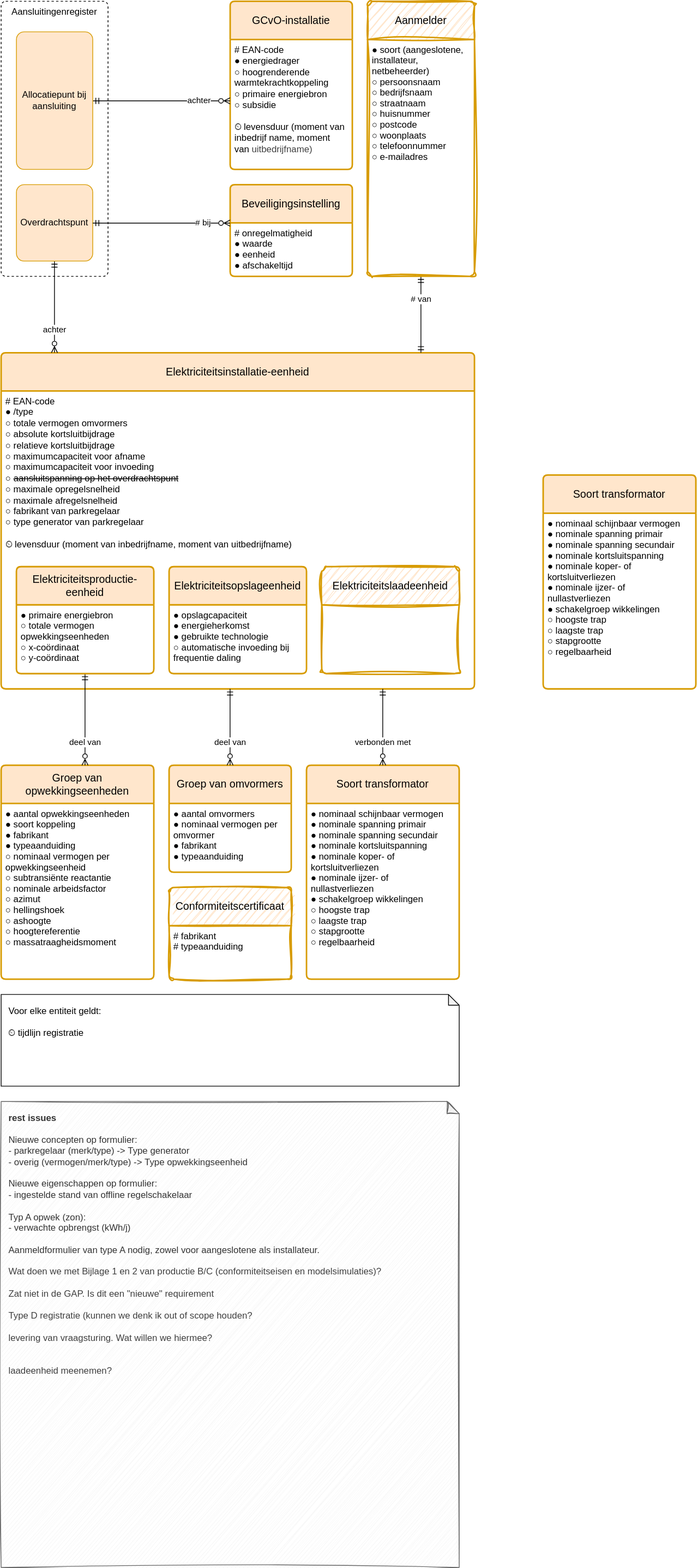
This is registers/installatieregister/1.0/installatieregister.drawio.svg from Jterveld/stelsel, a draw.io export, as it was before one commit. Source tidied: cells renumbered, new cells last; positions are measured from the earlier drawing's top-left corner, leaving out a move shared by most shapes. Source of this version:
```xml
<mxGraphModel>
  <root>
    <mxCell id="0" />
    <mxCell id="1" parent="0" />
    <mxCell id="2" value="Aansluitingenregister" style="rounded=1;whiteSpace=wrap;html=1;dashed=1;verticalAlign=top;arcSize=12;absoluteArcSize=1;" parent="1" vertex="1">
      <mxGeometry width="140" height="360" as="geometry" />
    </mxCell>
    <mxCell id="3" value="GCvO-installatie" style="swimlane;horizontal=1;startSize=50;rounded=1;fontSize=14;fontStyle=0;strokeWidth=2;shadow=0;dashed=0;align=center;arcSize=4;fillColor=#ffe6cc;strokeColor=#d79b00;whiteSpace=wrap;html=1;spacing=10;" parent="1" vertex="1">
      <mxGeometry x="300" width="160" height="220" as="geometry" />
    </mxCell>
    <mxCell id="4" value="# EAN-code&lt;br&gt;● energiedrager&lt;br&gt;○&amp;nbsp;hoogrenderende&lt;div&gt;&amp;nbsp; &amp;nbsp;warmtekrachtkoppeling&lt;br&gt;○ primaire energiebron&lt;br&gt;&lt;div&gt;○ subsidie&lt;br&gt;&lt;br&gt;⏲&amp;nbsp;levensduur&amp;nbsp;&lt;span style=&quot;background-color: initial; color: light-dark(rgb(0, 0, 0), rgb(255, 255, 255));&quot;&gt;(moment&amp;nbsp;&lt;/span&gt;&lt;span style=&quot;background-color: initial; color: light-dark(rgb(0, 0, 0), rgb(255, 255, 255));&quot;&gt;van&lt;/span&gt;&lt;/div&gt;&lt;div&gt;&lt;span style=&quot;background-color: initial; color: light-dark(rgb(0, 0, 0), rgb(255, 255, 255));&quot;&gt;&amp;nbsp; &amp;nbsp; &amp;nbsp;inbedrijf&lt;/span&gt;&lt;span style=&quot;background-color: initial; color: light-dark(rgb(0, 0, 0), rgb(255, 255, 255));&quot;&gt;name,&amp;nbsp;&lt;/span&gt;&lt;span style=&quot;background-color: initial;&quot;&gt;moment&lt;/span&gt;&lt;/div&gt;&lt;div&gt;&lt;span style=&quot;background-color: initial;&quot;&gt;&amp;nbsp; &amp;nbsp; &amp;nbsp;van&amp;nbsp;&lt;/span&gt;&lt;span style=&quot;color: rgb(63, 63, 63); background-color: initial;&quot;&gt;uitbedrijfname)&lt;/span&gt;&lt;/div&gt;&lt;/div&gt;" style="align=left;strokeColor=none;fillColor=none;spacingLeft=4;fontSize=12;verticalAlign=top;html=1;" parent="3" vertex="1">
      <mxGeometry y="50" width="160" height="170" as="geometry" />
    </mxCell>
    <mxCell id="5" value="achter" style="edgeStyle=elbowEdgeStyle;rounded=0;jettySize=auto;html=1;endArrow=ERmandOne;endFill=0;startArrow=ERzeroToMany;startFill=0;align=right;elbow=vertical;" parent="1" edge="1" source="3" target="21">
      <mxGeometry x="-0.73" relative="1" as="geometry" />
    </mxCell>
    <mxCell id="6" value="Elektriciteitsinstallatie-eenheid" style="swimlane;horizontal=1;startSize=50;rounded=1;fontSize=14;fontStyle=0;strokeWidth=2;shadow=0;dashed=0;align=center;fillColor=#ffe6cc;strokeColor=#d79b00;arcSize=4;whiteSpace=wrap;html=1;spacing=10;" parent="1" vertex="1">
      <mxGeometry y="460" width="620" height="440" as="geometry" />
    </mxCell>
    <mxCell id="7" value="&lt;font style=&quot;background-color: light-dark(#ffffff, var(--ge-dark-color, #121212));&quot;&gt;# EAN-code&lt;br&gt;● /type&lt;br&gt;○&amp;nbsp;totale vermogen omvormers&lt;br&gt;○ absolute kortsluitbijdrage&lt;br&gt;○ relatieve kortsluitbijdrage&lt;br&gt;○&amp;nbsp;maximumcapaciteit voor&amp;nbsp;afname&lt;br&gt;○&amp;nbsp;maximumcapaciteit voor&amp;nbsp;invoeding&lt;br&gt;○&amp;nbsp;&lt;strike style=&quot;&quot;&gt;aansluitspanning op het overdrachtspunt&lt;/strike&gt;&lt;/font&gt;&lt;div&gt;&lt;font&gt;&lt;span style=&quot;background-color: light-dark(#ffffff, var(--ge-dark-color, #121212));&quot;&gt;○ maximale opregelsnelheid&lt;/span&gt;&lt;/font&gt;&lt;/div&gt;&lt;div&gt;&lt;font&gt;&lt;span style=&quot;background-color: light-dark(#ffffff, var(--ge-dark-color, #121212));&quot;&gt;○ maximale afregelsnelheid&lt;/span&gt;&lt;/font&gt;&lt;/div&gt;&lt;div&gt;&lt;font style=&quot;background-color: light-dark(#ffffff, var(--ge-dark-color, #121212));&quot;&gt;&lt;span&gt;○&lt;/span&gt;&lt;span&gt;&amp;nbsp;fabrikant van parkregelaar&lt;/span&gt;&lt;br style=&quot;scrollbar-color: rgb(226, 226, 226) rgb(251, 251, 251); padding: 0px; margin: 0px;&quot;&gt;&lt;span&gt;○&lt;/span&gt;&lt;span&gt;&amp;nbsp;type generator van&lt;/span&gt;&lt;span&gt;&amp;nbsp;parkregelaar&amp;nbsp;&lt;/span&gt;&lt;br&gt;&lt;br&gt;&lt;/font&gt;&lt;div&gt;&lt;font style=&quot;background-color: light-dark(#ffffff, var(--ge-dark-color, #121212));&quot;&gt;⏲&amp;nbsp;levensduur (moment van inbedrijfname, moment van uitbedrijfname)&lt;/font&gt;&lt;/div&gt;&lt;/div&gt;" style="align=left;strokeColor=none;fillColor=none;spacingLeft=4;fontSize=12;verticalAlign=top;fontColor=default;html=1;" parent="6" vertex="1">
      <mxGeometry y="50" width="620" height="390" as="geometry" />
    </mxCell>
    <mxCell id="8" value="Groep van opwekkingseenheden" style="swimlane;horizontal=1;startSize=50;rounded=1;fontSize=14;fontStyle=0;strokeWidth=2;shadow=0;dashed=0;align=center;fillColor=#ffe6cc;strokeColor=#d79b00;arcSize=4;whiteSpace=wrap;html=1;spacing=10;" parent="1" vertex="1">
      <mxGeometry y="1000" width="200" height="280" as="geometry" />
    </mxCell>
    <mxCell id="9" value="● aantal opwekkingseenheden&#10;● soort koppeling&#10;● fabrikant&#10;● typeaanduiding&#10;○ nominaal vermogen per&#10;   opwekkingseenheid&#10;○ subtransiënte reactantie&#10;○ nominale arbeidsfactor&#10;○ azimut&#10;○ hellingshoek&#10;○ ashoogte&#10;○ hoogtereferentie&#10;○ massatraagheidsmoment" style="align=left;strokeColor=none;fillColor=none;spacingLeft=4;fontSize=12;verticalAlign=top;" parent="8" vertex="1">
      <mxGeometry y="50" width="200" height="230" as="geometry" />
    </mxCell>
    <mxCell id="10" value="Soort transformator" style="swimlane;horizontal=1;startSize=50;rounded=1;fontSize=14;fontStyle=0;strokeWidth=2;shadow=0;dashed=0;align=center;fillColor=#ffe6cc;strokeColor=#d79b00;arcSize=4;whiteSpace=wrap;html=1;spacing=10;" parent="1" vertex="1">
      <mxGeometry x="400" y="1000" width="200" height="280" as="geometry" />
    </mxCell>
    <mxCell id="11" value="● nominaal schijnbaar vermogen&#10;● nominale spanning primair&#10;● nominale spanning secundair&#10;● nominale kortsluitspanning&#10;● nominale koper- of&#10;   kortsluitverliezen&#10;● nominale ijzer- of&#10;   nullastverliezen&#10;● schakelgroep wikkelingen&#10;○ hoogste trap&#10;○ laagste trap&#10;○ stapgrootte&#10;○ regelbaarheid" style="align=left;strokeColor=none;fillColor=none;spacingLeft=4;fontSize=12;verticalAlign=top;" parent="10" vertex="1">
      <mxGeometry y="50" width="200" height="230" as="geometry" />
    </mxCell>
    <mxCell id="12" value="deel van" style="endArrow=ERzeroToMany;html=1;rounded=0;startArrow=ERmandOne;startFill=0;endFill=0;edgeStyle=elbowEdgeStyle;align=center;" parent="1" edge="1" source="13" target="8">
      <mxGeometry x="0.5" relative="1" as="geometry" />
    </mxCell>
    <mxCell id="13" value="Elektriciteitsproductie-eenheid" style="swimlane;horizontal=1;startSize=50;rounded=1;fontSize=14;fontStyle=0;strokeWidth=2;shadow=0;dashed=0;align=center;fillColor=#ffe6cc;strokeColor=#d79b00;arcSize=4;whiteSpace=wrap;html=1;spacing=10;" parent="1" vertex="1">
      <mxGeometry x="20" y="740" width="180" height="140" as="geometry" />
    </mxCell>
    <mxCell id="14" value="● primaire energiebron&#10;○ totale vermogen&#10;   opwekkingseenheden&#10;○ x-coördinaat&#10;○ y-coördinaat" style="align=left;strokeColor=none;fillColor=none;spacingLeft=4;fontSize=12;verticalAlign=top;" parent="13" vertex="1">
      <mxGeometry y="50" width="180" height="90" as="geometry" />
    </mxCell>
    <mxCell id="15" value="Elektriciteitsopslageenheid" style="swimlane;horizontal=1;startSize=50;rounded=1;fontSize=14;fontStyle=0;strokeWidth=2;shadow=0;dashed=0;align=center;fillColor=#ffe6cc;strokeColor=#d79b00;arcSize=4;whiteSpace=wrap;html=1;spacing=10;" parent="1" vertex="1">
      <mxGeometry x="220" y="740" width="180" height="140" as="geometry" />
    </mxCell>
    <mxCell id="16" value="● opslagcapaciteit&#10;● energieherkomst&#10;● gebruikte technologie&#10;○ automatische invoeding bij &#10;   frequentie daling" style="align=left;strokeColor=none;fillColor=none;spacingLeft=4;fontSize=12;verticalAlign=top;fontStyle=0;" parent="15" vertex="1">
      <mxGeometry y="50" width="180" height="90" as="geometry" />
    </mxCell>
    <mxCell id="17" value="achter" style="endArrow=ERmandOne;html=1;rounded=0;endFill=0;startArrow=ERzeroToMany;startFill=0;align=center;edgeStyle=elbowEdgeStyle;" parent="1" edge="1" source="6" target="18">
      <mxGeometry x="-0.5" relative="1" as="geometry" />
    </mxCell>
    <mxCell id="18" value="Overdrachtspunt" style="rounded=1;arcSize=10;whiteSpace=wrap;html=1;align=center;fillColor=#ffe6cc;strokeColor=#d79b00;" parent="1" vertex="1">
      <mxGeometry x="20" y="240" width="100" height="100" as="geometry" />
    </mxCell>
    <mxCell id="19" value="Conformiteitscertificaat" style="swimlane;horizontal=1;startSize=50;rounded=1;fontSize=14;fontStyle=0;strokeWidth=2;shadow=0;dashed=0;align=center;fillColor=#ffe6cc;strokeColor=#d79b00;arcSize=4;whiteSpace=wrap;html=1;spacing=10;sketch=1;curveFitting=1;jiggle=2;" parent="1" vertex="1">
      <mxGeometry x="220" y="1160" width="160" height="120" as="geometry" />
    </mxCell>
    <mxCell id="20" value="# fabrikant&#10;# typeaanduiding" style="align=left;strokeColor=none;fillColor=none;spacingLeft=4;fontSize=12;verticalAlign=top;" parent="19" vertex="1">
      <mxGeometry y="50" width="160" height="70" as="geometry" />
    </mxCell>
    <mxCell id="21" value="Allocatiepunt bij aansluiting" style="rounded=1;arcSize=10;whiteSpace=wrap;html=1;align=center;fillColor=#ffe6cc;strokeColor=#d79b00;" parent="1" vertex="1">
      <mxGeometry x="20" y="40" width="100" height="180" as="geometry" />
    </mxCell>
    <mxCell id="22" value="Beveiligingsinstelling" style="swimlane;horizontal=1;startSize=50;rounded=1;fontSize=14;fontStyle=0;strokeWidth=2;shadow=0;dashed=0;align=center;fillColor=#ffe6cc;strokeColor=#d79b00;arcSize=4;whiteSpace=wrap;html=1;spacing=10;" parent="1" vertex="1">
      <mxGeometry x="300" y="240" width="160" height="120" as="geometry" />
    </mxCell>
    <mxCell id="23" value="# onregelmatigheid&#10;● waarde&#10;● eenheid&#10;● afschakeltijd" style="align=left;strokeColor=none;fillColor=none;spacingLeft=4;fontSize=12;verticalAlign=top;" parent="22" vertex="1">
      <mxGeometry y="50" width="160" height="70" as="geometry" />
    </mxCell>
    <mxCell id="24" value="# bij" style="endArrow=ERzeroToMany;html=1;rounded=0;startArrow=ERmandOne;startFill=0;endFill=0;align=right;edgeStyle=elbowEdgeStyle;elbow=vertical;" parent="1" edge="1" source="18" target="22">
      <mxGeometry x="0.73" relative="1" as="geometry" />
    </mxCell>
    <mxCell id="25" value="Groep van omvormers" style="swimlane;horizontal=1;startSize=50;rounded=1;fontSize=14;fontStyle=0;strokeWidth=2;shadow=0;dashed=0;align=center;fillColor=#ffe6cc;strokeColor=#d79b00;arcSize=4;whiteSpace=wrap;html=1;spacing=10;" parent="1" vertex="1">
      <mxGeometry x="220" y="1000" width="160" height="140" as="geometry" />
    </mxCell>
    <mxCell id="26" value="● aantal omvormers&#10;● nominaal vermogen per&#10;   omvormer&#10;● fabrikant&#10;● typeaanduiding" style="align=left;strokeColor=none;fillColor=none;spacingLeft=4;fontSize=12;verticalAlign=top;" parent="25" vertex="1">
      <mxGeometry y="50" width="160" height="90" as="geometry" />
    </mxCell>
    <mxCell id="27" value="deel van" style="endArrow=ERzeroToMany;html=1;rounded=0;startArrow=ERmandOne;startFill=0;endFill=0;align=center;edgeStyle=elbowEdgeStyle;" parent="1" edge="1" source="6" target="25">
      <mxGeometry x="0.4" relative="1" as="geometry" />
    </mxCell>
    <mxCell id="28" value="verbonden met" style="endArrow=ERzeroToMany;html=1;rounded=0;startArrow=ERmandOne;startFill=0;endFill=0;align=center;edgeStyle=elbowEdgeStyle;" parent="1" edge="1" source="6" target="10">
      <mxGeometry x="0.4" relative="1" as="geometry" />
    </mxCell>
    <mxCell id="29" value="Elektriciteitslaadeenheid" style="swimlane;horizontal=1;startSize=50;rounded=1;fontSize=14;fontStyle=0;strokeWidth=2;shadow=0;dashed=0;align=center;fillColor=#ffe6cc;strokeColor=#d79b00;arcSize=4;whiteSpace=wrap;html=1;spacing=10;sketch=1;curveFitting=1;jiggle=2;" parent="1" vertex="1">
      <mxGeometry x="420" y="740" width="180" height="140" as="geometry" />
    </mxCell>
    <mxCell id="30" value=" " style="align=left;strokeColor=none;fillColor=none;spacingLeft=4;fontSize=12;verticalAlign=top;fontStyle=0;" parent="29" vertex="1">
      <mxGeometry y="50" width="180" height="90" as="geometry" />
    </mxCell>
    <mxCell id="31" value="Voor elke entiteit geldt:&lt;div&gt;&lt;br&gt;&lt;/div&gt;&lt;div&gt;&lt;span style=&quot;text-wrap-mode: nowrap;&quot;&gt;⏲ tijdlijn registratie&lt;/span&gt;&lt;/div&gt;" style="shape=note;whiteSpace=wrap;html=1;backgroundOutline=1;darkOpacity=0.05;align=left;spacing=10;size=14;verticalAlign=top;" parent="1" vertex="1">
      <mxGeometry y="1300" width="600" height="120" as="geometry" />
    </mxCell>
    <mxCell id="32" value="# van" style="edgeStyle=elbowEdgeStyle;html=1;endArrow=ERmandOne;endFill=0;startArrow=ERmandOne;startFill=0;align=center;" parent="1" edge="1" source="33" target="6">
      <mxGeometry x="-0.4" relative="1" as="geometry" />
    </mxCell>
    <mxCell id="33" value="Aanmelder" style="swimlane;horizontal=1;startSize=50;rounded=1;fontSize=14;fontStyle=0;strokeWidth=2;shadow=0;dashed=0;align=center;fillColor=#ffe6cc;strokeColor=#d79b00;arcSize=4;whiteSpace=wrap;html=1;spacing=10;sketch=1;curveFitting=1;jiggle=2;" parent="1" vertex="1">
      <mxGeometry x="480" width="140" height="360" as="geometry" />
    </mxCell>
    <mxCell id="34" value="● soort (aangeslotene,&#10;   installateur,&#10;   netbeheerder)&#10;○ persoonsnaam &#10;○ bedrijfsnaam &#10;○ straatnaam&#10;○ huisnummer&#10;○ postcode&#10;○ woonplaats&#10;○ telefoonnummer&#10;○ e-mailadres" style="align=left;strokeColor=none;fillColor=none;spacingLeft=4;fontSize=12;verticalAlign=top;" parent="33" vertex="1">
      <mxGeometry y="50" width="140" height="310" as="geometry" />
    </mxCell>
    <mxCell id="35" value="&lt;div&gt;&lt;b&gt;rest issues&lt;/b&gt;&lt;/div&gt;&lt;div&gt;&lt;br&gt;&lt;/div&gt;Nieuwe concepten op formulier:&lt;div&gt;- parkregelaar (merk/type) -&amp;gt;&amp;nbsp;Type generator&lt;/div&gt;&lt;div&gt;- overig (vermogen/merk/type) -&amp;gt;&amp;nbsp;Type opwekkingseenheid&lt;/div&gt;&lt;div&gt;&lt;br&gt;&lt;/div&gt;&lt;div&gt;Nieuwe eigenschappen op formulier:&lt;/div&gt;&lt;div&gt;- ingestelde stand van offline regelschakelaar&lt;/div&gt;&lt;div&gt;&lt;br&gt;&lt;/div&gt;&lt;div&gt;Typ A opwek (zon):&lt;/div&gt;&lt;div&gt;- verwachte opbrengst (kWh/j)&lt;/div&gt;&lt;div&gt;&lt;br&gt;&lt;/div&gt;&lt;div&gt;&lt;span style=&quot;color: rgb(51, 51, 51);&quot;&gt;Aanmeldformulier van type A nodig, zowel voor aangeslotene als installateur.&lt;/span&gt;&lt;/div&gt;&lt;div&gt;&lt;br&gt;&lt;/div&gt;&lt;div&gt;&lt;span style=&quot;color: rgb(63, 63, 63); background-color: transparent;&quot;&gt;Wat doen we met Bijlage 1 en 2 van productie B/C (conformiteitseisen en modelsimulaties)?&lt;/span&gt;&lt;/div&gt;&lt;div&gt;&lt;span style=&quot;color: rgb(63, 63, 63); background-color: transparent;&quot;&gt;&lt;br&gt;&lt;/span&gt;&lt;/div&gt;&lt;div&gt;&lt;span style=&quot;color: rgb(63, 63, 63); background-color: transparent;&quot;&gt;Zat niet in de GAP. Is dit een &quot;nieuwe&quot; requirement&lt;/span&gt;&lt;/div&gt;&lt;div&gt;&lt;span style=&quot;color: rgb(63, 63, 63); background-color: transparent;&quot;&gt;&lt;br&gt;&lt;/span&gt;&lt;/div&gt;&lt;div&gt;&lt;span style=&quot;color: rgb(63, 63, 63); background-color: transparent;&quot;&gt;Type D registratie (kunnen we denk ik out of scope houden?&lt;/span&gt;&lt;/div&gt;&lt;div&gt;&lt;span style=&quot;color: rgb(63, 63, 63); background-color: transparent;&quot;&gt;&lt;br&gt;&lt;/span&gt;&lt;/div&gt;&lt;div&gt;&lt;span style=&quot;color: rgb(63, 63, 63); background-color: transparent;&quot;&gt;levering van vraagsturing. Wat willen we hiermee?&lt;/span&gt;&lt;/div&gt;&lt;div&gt;&lt;br&gt;&lt;/div&gt;&lt;div&gt;&lt;span style=&quot;color: rgb(63, 63, 63); background-color: transparent;&quot;&gt;&lt;span style=&quot;color: rgb(51, 51, 51);&quot;&gt;&lt;div style=&quot;color: rgb(63, 63, 63); scrollbar-color: rgb(226, 226, 226) rgb(251, 251, 251);&quot;&gt;&lt;font style=&quot;scrollbar-color: rgb(226, 226, 226) rgb(251, 251, 251);&quot;&gt;&lt;br&gt;&lt;/font&gt;&lt;/div&gt;&lt;div style=&quot;color: rgb(63, 63, 63); scrollbar-color: rgb(226, 226, 226) rgb(251, 251, 251);&quot;&gt;&lt;font style=&quot;scrollbar-color: rgb(226, 226, 226) rgb(251, 251, 251);&quot;&gt;laadeenheid meenemen?&lt;/font&gt;&lt;/div&gt;&lt;/span&gt;&lt;/span&gt;&lt;/div&gt;" style="shape=note;whiteSpace=wrap;html=1;backgroundOutline=1;darkOpacity=0.05;sketch=1;curveFitting=1;jiggle=2;fillColor=#f5f5f5;fontColor=#333333;strokeColor=#666666;spacing=10;verticalAlign=top;align=left;size=16;" parent="1" vertex="1">
      <mxGeometry y="1440" width="600" height="610" as="geometry" />
    </mxCell>
    <mxCell id="36" value="Soort transformator" style="swimlane;horizontal=1;startSize=50;rounded=1;fontSize=14;fontStyle=0;strokeWidth=2;shadow=0;dashed=0;align=center;fillColor=#ffe6cc;strokeColor=#d79b00;arcSize=4;whiteSpace=wrap;html=1;spacing=10;" parent="1" vertex="1">
      <mxGeometry x="710" y="620" width="200" height="280" as="geometry" />
    </mxCell>
    <mxCell id="37" value="● nominaal schijnbaar vermogen&#10;● nominale spanning primair&#10;● nominale spanning secundair&#10;● nominale kortsluitspanning&#10;● nominale koper- of&#10;   kortsluitverliezen&#10;● nominale ijzer- of&#10;   nullastverliezen&#10;● schakelgroep wikkelingen&#10;○ hoogste trap&#10;○ laagste trap&#10;○ stapgrootte&#10;○ regelbaarheid" style="align=left;strokeColor=none;fillColor=none;spacingLeft=4;fontSize=12;verticalAlign=top;" parent="36" vertex="1">
      <mxGeometry y="50" width="200" height="230" as="geometry" />
    </mxCell>
  </root>
</mxGraphModel>
```
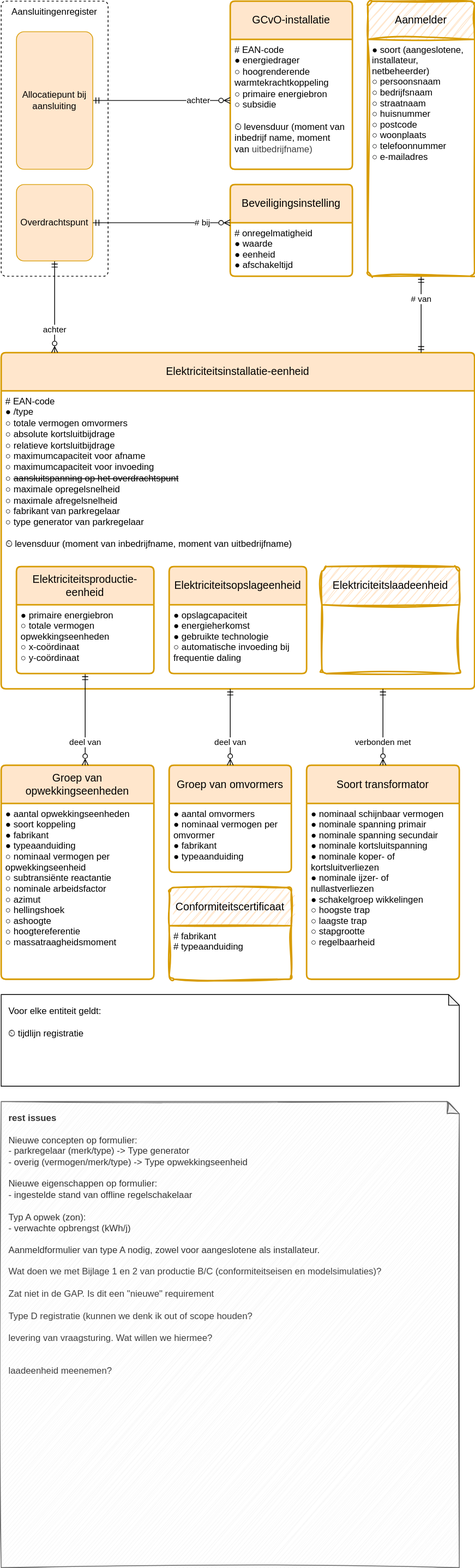
Above is the later version.

Commit message:
oplossen testcommit

Change to the diagram source:
```diff
@@ -104,11 +104,5 @@
     <mxCell id="35" value="&lt;div&gt;&lt;b&gt;rest issues&lt;/b&gt;&lt;/div&gt;&lt;div&gt;&lt;br&gt;&lt;/div&gt;Nieuwe concepten op formulier:&lt;div&gt;- parkregelaar (merk/type) -&amp;gt;&amp;nbsp;Type generator&lt;/div&gt;&lt;div&gt;- overig (vermogen/merk/type) -&amp;gt;&amp;nbsp;Type opwekkingseenheid&lt;/div&gt;&lt;div&gt;&lt;br&gt;&lt;/div&gt;&lt;div&gt;Nieuwe eigenschappen op formulier:&lt;/div&gt;&lt;div&gt;- ingestelde stand van offline regelschakelaar&lt;/div&gt;&lt;div&gt;&lt;br&gt;&lt;/div&gt;&lt;div&gt;Typ A opwek (zon):&lt;/div&gt;&lt;div&gt;- verwachte opbrengst (kWh/j)&lt;/div&gt;&lt;div&gt;&lt;br&gt;&lt;/div&gt;&lt;div&gt;&lt;span style=&quot;color: rgb(51, 51, 51);&quot;&gt;Aanmeldformulier van type A nodig, zowel voor aangeslotene als installateur.&lt;/span&gt;&lt;/div&gt;&lt;div&gt;&lt;br&gt;&lt;/div&gt;&lt;div&gt;&lt;span style=&quot;color: rgb(63, 63, 63); background-color: transparent;&quot;&gt;Wat doen we met Bijlage 1 en 2 van productie B/C (conformiteitseisen en modelsimulaties)?&lt;/span&gt;&lt;/div&gt;&lt;div&gt;&lt;span style=&quot;color: rgb(63, 63, 63); background-color: transparent;&quot;&gt;&lt;br&gt;&lt;/span&gt;&lt;/div&gt;&lt;div&gt;&lt;span style=&quot;color: rgb(63, 63, 63); background-color: transparent;&quot;&gt;Zat niet in de GAP. Is dit een &quot;nieuwe&quot; requirement&lt;/span&gt;&lt;/div&gt;&lt;div&gt;&lt;span style=&quot;color: rgb(63, 63, 63); background-color: transparent;&quot;&gt;&lt;br&gt;&lt;/span&gt;&lt;/div&gt;&lt;div&gt;&lt;span style=&quot;color: rgb(63, 63, 63); background-color: transparent;&quot;&gt;Type D registratie (kunnen we denk ik out of scope houden?&lt;/span&gt;&lt;/div&gt;&lt;div&gt;&lt;span style=&quot;color: rgb(63, 63, 63); background-color: transparent;&quot;&gt;&lt;br&gt;&lt;/span&gt;&lt;/div&gt;&lt;div&gt;&lt;span style=&quot;color: rgb(63, 63, 63); background-color: transparent;&quot;&gt;levering van vraagsturing. Wat willen we hiermee?&lt;/span&gt;&lt;/div&gt;&lt;div&gt;&lt;br&gt;&lt;/div&gt;&lt;div&gt;&lt;span style=&quot;color: rgb(63, 63, 63); background-color: transparent;&quot;&gt;&lt;span style=&quot;color: rgb(51, 51, 51);&quot;&gt;&lt;div style=&quot;color: rgb(63, 63, 63); scrollbar-color: rgb(226, 226, 226) rgb(251, 251, 251);&quot;&gt;&lt;font style=&quot;scrollbar-color: rgb(226, 226, 226) rgb(251, 251, 251);&quot;&gt;&lt;br&gt;&lt;/font&gt;&lt;/div&gt;&lt;div style=&quot;color: rgb(63, 63, 63); scrollbar-color: rgb(226, 226, 226) rgb(251, 251, 251);&quot;&gt;&lt;font style=&quot;scrollbar-color: rgb(226, 226, 226) rgb(251, 251, 251);&quot;&gt;laadeenheid meenemen?&lt;/font&gt;&lt;/div&gt;&lt;/span&gt;&lt;/span&gt;&lt;/div&gt;" style="shape=note;whiteSpace=wrap;html=1;backgroundOutline=1;darkOpacity=0.05;sketch=1;curveFitting=1;jiggle=2;fillColor=#f5f5f5;fontColor=#333333;strokeColor=#666666;spacing=10;verticalAlign=top;align=left;size=16;" parent="1" vertex="1">
       <mxGeometry y="1440" width="600" height="610" as="geometry" />
     </mxCell>
-    <mxCell id="36" value="Soort transformator" style="swimlane;horizontal=1;startSize=50;rounded=1;fontSize=14;fontStyle=0;strokeWidth=2;shadow=0;dashed=0;align=center;fillColor=#ffe6cc;strokeColor=#d79b00;arcSize=4;whiteSpace=wrap;html=1;spacing=10;" parent="1" vertex="1">
-      <mxGeometry x="710" y="620" width="200" height="280" as="geometry" />
-    </mxCell>
-    <mxCell id="37" value="● nominaal schijnbaar vermogen&#10;● nominale spanning primair&#10;● nominale spanning secundair&#10;● nominale kortsluitspanning&#10;● nominale koper- of&#10;   kortsluitverliezen&#10;● nominale ijzer- of&#10;   nullastverliezen&#10;● schakelgroep wikkelingen&#10;○ hoogste trap&#10;○ laagste trap&#10;○ stapgrootte&#10;○ regelbaarheid" style="align=left;strokeColor=none;fillColor=none;spacingLeft=4;fontSize=12;verticalAlign=top;" parent="36" vertex="1">
-      <mxGeometry y="50" width="200" height="230" as="geometry" />
-    </mxCell>
   </root>
 </mxGraphModel>
```
